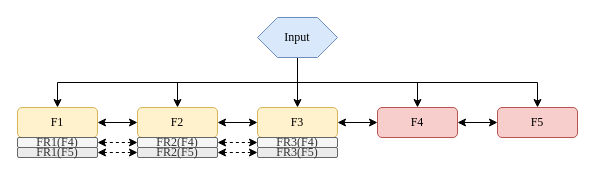
This is dprc.drawio from mulanfly/diagrams, a draw.io file, before an edit. Source tidied: cells renumbered, new cells numbered last; positions are measured from the earlier drawing's top-left corner, leaving out a move shared by most shapes. Both pictures are drawn from the tidied source at 100%, with x=0, y=0 at pixel (17, 17).
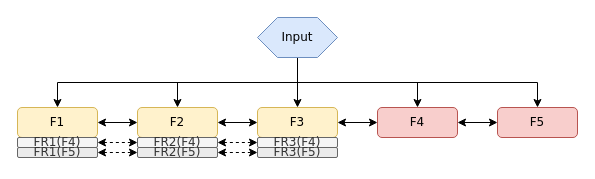
The same diagram, later.

Change to the diagram source:
```diff
@@
-    <mxCell id="2" style="edgeStyle=orthogonalEdgeStyle;rounded=0;jettySize=auto;html=1;exitX=1;exitY=0.5;exitDx=0;exitDy=0;entryX=0;entryY=0.5;entryDx=0;entryDy=0;startArrow=classic;startFill=1;fontFamily=Times New Roman;" parent="1" edge="1" source="3" target="5">
+    <mxCell id="2" style="edgeStyle=orthogonalEdgeStyle;rounded=0;jettySize=auto;html=1;exitX=1;exitY=0.5;exitDx=0;exitDy=0;entryX=0;entryY=0.5;entryDx=0;entryDy=0;startArrow=classic;startFill=1;fontFamily=Verdana;" parent="1" edge="1" source="3" target="5">
       <mxGeometry relative="1" as="geometry" />
     </mxCell>
-    <mxCell id="3" value="F3" style="rounded=1;whiteSpace=wrap;html=1;shadow=0;sketch=0;glass=0;fillColor=#fff2cc;strokeColor=#d6b656;fontFamily=Times New Roman;" parent="1" vertex="1">
+    <mxCell id="3" value="F3" style="rounded=1;whiteSpace=wrap;html=1;shadow=0;sketch=0;glass=0;fillColor=#fff2cc;strokeColor=#d6b656;fontFamily=Verdana;" parent="1" vertex="1">
       <mxGeometry x="240" y="90" width="80" height="30" as="geometry" />
     </mxCell>
-    <mxCell id="4" style="edgeStyle=orthogonalEdgeStyle;rounded=0;jettySize=auto;html=1;exitX=1;exitY=0.5;exitDx=0;exitDy=0;entryX=0;entryY=0.5;entryDx=0;entryDy=0;startArrow=classic;startFill=1;fontFamily=Times New Roman;" parent="1" edge="1" source="5" target="16">
+    <mxCell id="4" style="edgeStyle=orthogonalEdgeStyle;rounded=0;jettySize=auto;html=1;exitX=1;exitY=0.5;exitDx=0;exitDy=0;entryX=0;entryY=0.5;entryDx=0;entryDy=0;startArrow=classic;startFill=1;fontFamily=Verdana;" parent="1" edge="1" source="5" target="16">
       <mxGeometry relative="1" as="geometry" />
     </mxCell>
-    <mxCell id="5" value="F4" style="rounded=1;whiteSpace=wrap;html=1;shadow=0;sketch=0;glass=0;fillColor=#f8cecc;strokeColor=#b85450;fontFamily=Times New Roman;" parent="1" vertex="1">
+    <mxCell id="5" value="F4" style="rounded=1;whiteSpace=wrap;html=1;shadow=0;sketch=0;glass=0;fillColor=#f8cecc;strokeColor=#b85450;fontFamily=Verdana;" parent="1" vertex="1">
       <mxGeometry x="360" y="90" width="80" height="30" as="geometry" />
     </mxCell>
-    <mxCell id="6" style="edgeStyle=orthogonalEdgeStyle;rounded=0;jettySize=auto;html=1;exitX=0.5;exitY=1;exitDx=0;exitDy=0;fontFamily=Times New Roman;" parent="1" edge="1" source="11" target="3">
+    <mxCell id="6" style="edgeStyle=orthogonalEdgeStyle;rounded=0;jettySize=auto;html=1;exitX=0.5;exitY=1;exitDx=0;exitDy=0;fontFamily=Verdana;" parent="1" edge="1" source="11" target="3">
       <mxGeometry relative="1" as="geometry" />
     </mxCell>
-    <mxCell id="7" style="edgeStyle=orthogonalEdgeStyle;rounded=0;jettySize=auto;html=1;exitX=0.5;exitY=1;exitDx=0;exitDy=0;fontFamily=Times New Roman;" parent="1" edge="1" source="11" target="15">
+    <mxCell id="7" style="edgeStyle=orthogonalEdgeStyle;rounded=0;jettySize=auto;html=1;exitX=0.5;exitY=1;exitDx=0;exitDy=0;fontFamily=Verdana;" parent="1" edge="1" source="11" target="15">
       <mxGeometry relative="1" as="geometry" />
     </mxCell>
-    <mxCell id="8" style="edgeStyle=orthogonalEdgeStyle;rounded=0;jettySize=auto;html=1;exitX=0.5;exitY=1;exitDx=0;exitDy=0;fontFamily=Times New Roman;" parent="1" edge="1" source="11" target="13">
+    <mxCell id="8" style="edgeStyle=orthogonalEdgeStyle;rounded=0;jettySize=auto;html=1;exitX=0.5;exitY=1;exitDx=0;exitDy=0;fontFamily=Verdana;" parent="1" edge="1" source="11" target="13">
       <mxGeometry relative="1" as="geometry" />
     </mxCell>
-    <mxCell id="9" style="edgeStyle=orthogonalEdgeStyle;rounded=0;jettySize=auto;html=1;exitX=0.5;exitY=1;exitDx=0;exitDy=0;fontFamily=Times New Roman;" parent="1" edge="1" source="11" target="5">
+    <mxCell id="9" style="edgeStyle=orthogonalEdgeStyle;rounded=0;jettySize=auto;html=1;exitX=0.5;exitY=1;exitDx=0;exitDy=0;fontFamily=Verdana;" parent="1" edge="1" source="11" target="5">
       <mxGeometry relative="1" as="geometry" />
     </mxCell>
-    <mxCell id="10" style="edgeStyle=orthogonalEdgeStyle;rounded=0;jettySize=auto;html=1;exitX=0.5;exitY=1;exitDx=0;exitDy=0;entryX=0.5;entryY=0;entryDx=0;entryDy=0;fontFamily=Times New Roman;" parent="1" edge="1" source="11" target="16">
+    <mxCell id="10" style="edgeStyle=orthogonalEdgeStyle;rounded=0;jettySize=auto;html=1;exitX=0.5;exitY=1;exitDx=0;exitDy=0;entryX=0.5;entryY=0;entryDx=0;entryDy=0;fontFamily=Verdana;" parent="1" edge="1" source="11" target="16">
       <mxGeometry relative="1" as="geometry" />
     </mxCell>
-    <mxCell id="11" value="Input" style="shape=hexagon;perimeter=hexagonPerimeter2;whiteSpace=wrap;html=1;fixedSize=1;fillColor=#dae8fc;strokeColor=#6c8ebf;fontFamily=Times New Roman;" parent="1" vertex="1">
+    <mxCell id="11" value="Input" style="shape=hexagon;perimeter=hexagonPerimeter2;whiteSpace=wrap;html=1;fixedSize=1;fillColor=#dae8fc;strokeColor=#6c8ebf;fontFamily=Verdana;" parent="1" vertex="1">
       <mxGeometry x="240" width="80" height="40" as="geometry" />
     </mxCell>
-    <mxCell id="12" style="edgeStyle=orthogonalEdgeStyle;rounded=0;jettySize=auto;html=1;exitX=1;exitY=0.5;exitDx=0;exitDy=0;startArrow=classic;startFill=1;fontFamily=Times New Roman;" parent="1" edge="1" source="13" target="15">
+    <mxCell id="12" style="edgeStyle=orthogonalEdgeStyle;rounded=0;jettySize=auto;html=1;exitX=1;exitY=0.5;exitDx=0;exitDy=0;startArrow=classic;startFill=1;fontFamily=Verdana;" parent="1" edge="1" source="13" target="15">
       <mxGeometry relative="1" as="geometry" />
     </mxCell>
-    <mxCell id="13" value="F1" style="rounded=1;whiteSpace=wrap;html=1;shadow=0;sketch=0;glass=0;fillColor=#fff2cc;strokeColor=#d6b656;fontFamily=Times New Roman;" parent="1" vertex="1">
+    <mxCell id="13" value="F1" style="rounded=1;whiteSpace=wrap;html=1;shadow=0;sketch=0;glass=0;fillColor=#fff2cc;strokeColor=#d6b656;fontFamily=Verdana;" parent="1" vertex="1">
       <mxGeometry y="90" width="80" height="30" as="geometry" />
     </mxCell>
-    <mxCell id="14" style="edgeStyle=orthogonalEdgeStyle;rounded=0;jettySize=auto;html=1;exitX=1;exitY=0.5;exitDx=0;exitDy=0;entryX=0;entryY=0.5;entryDx=0;entryDy=0;startArrow=classic;startFill=1;fontFamily=Times New Roman;" parent="1" edge="1" source="15" target="3">
+    <mxCell id="14" style="edgeStyle=orthogonalEdgeStyle;rounded=0;jettySize=auto;html=1;exitX=1;exitY=0.5;exitDx=0;exitDy=0;entryX=0;entryY=0.5;entryDx=0;entryDy=0;startArrow=classic;startFill=1;fontFamily=Verdana;" parent="1" edge="1" source="15" target="3">
       <mxGeometry relative="1" as="geometry" />
     </mxCell>
-    <mxCell id="15" value="F2" style="rounded=1;whiteSpace=wrap;html=1;shadow=0;sketch=0;glass=0;fillColor=#fff2cc;strokeColor=#d6b656;fontFamily=Times New Roman;" parent="1" vertex="1">
+    <mxCell id="15" value="F2" style="rounded=1;whiteSpace=wrap;html=1;shadow=0;sketch=0;glass=0;fillColor=#fff2cc;strokeColor=#d6b656;fontFamily=Verdana;" parent="1" vertex="1">
       <mxGeometry x="120" y="90" width="80" height="30" as="geometry" />
     </mxCell>
-    <mxCell id="16" value="F5" style="rounded=1;whiteSpace=wrap;html=1;shadow=0;sketch=0;glass=0;fillColor=#f8cecc;strokeColor=#b85450;fontFamily=Times New Roman;" parent="1" vertex="1">
+    <mxCell id="16" value="F5" style="rounded=1;whiteSpace=wrap;html=1;shadow=0;sketch=0;glass=0;fillColor=#f8cecc;strokeColor=#b85450;fontFamily=Verdana;" parent="1" vertex="1">
       <mxGeometry x="480" y="90" width="80" height="30" as="geometry" />
     </mxCell>
-    <mxCell id="17" style="edgeStyle=orthogonalEdgeStyle;rounded=0;jettySize=auto;html=1;exitX=1;exitY=0.5;exitDx=0;exitDy=0;entryX=0;entryY=0.5;entryDx=0;entryDy=0;startArrow=classic;startFill=1;dashed=1;fontFamily=Times New Roman;" parent="1" edge="1" source="18" target="22">
+    <mxCell id="17" style="edgeStyle=orthogonalEdgeStyle;rounded=0;jettySize=auto;html=1;exitX=1;exitY=0.5;exitDx=0;exitDy=0;entryX=0;entryY=0.5;entryDx=0;entryDy=0;startArrow=classic;startFill=1;dashed=1;fontFamily=Verdana;" parent="1" edge="1" source="18" target="22">
       <mxGeometry relative="1" as="geometry" />
     </mxCell>
-    <mxCell id="18" value="FR1(F4)" style="rounded=1;whiteSpace=wrap;html=1;shadow=0;sketch=0;glass=0;fillColor=#f5f5f5;strokeColor=#666666;fontColor=#333333;fontFamily=Times New Roman;" parent="1" vertex="1">
+    <mxCell id="18" value="FR1(F4)" style="rounded=1;whiteSpace=wrap;html=1;shadow=0;sketch=0;glass=0;fillColor=#f5f5f5;strokeColor=#666666;fontColor=#333333;fontFamily=Verdana;" parent="1" vertex="1">
       <mxGeometry y="120" width="80" height="10" as="geometry" />
     </mxCell>
-    <mxCell id="19" style="edgeStyle=orthogonalEdgeStyle;rounded=0;jettySize=auto;html=1;exitX=1;exitY=0.5;exitDx=0;exitDy=0;entryX=0;entryY=0.5;entryDx=0;entryDy=0;startArrow=classic;startFill=1;dashed=1;fontFamily=Times New Roman;" parent="1" edge="1" source="20" target="24">
+    <mxCell id="19" style="edgeStyle=orthogonalEdgeStyle;rounded=0;jettySize=auto;html=1;exitX=1;exitY=0.5;exitDx=0;exitDy=0;entryX=0;entryY=0.5;entryDx=0;entryDy=0;startArrow=classic;startFill=1;dashed=1;fontFamily=Verdana;" parent="1" edge="1" source="20" target="24">
       <mxGeometry relative="1" as="geometry" />
     </mxCell>
-    <mxCell id="20" value="FR1(F5)" style="rounded=1;whiteSpace=wrap;html=1;shadow=0;sketch=0;glass=0;fillColor=#EBEBEB;strokeColor=#666666;fontColor=#333333;fontFamily=Times New Roman;" parent="1" vertex="1">
+    <mxCell id="20" value="FR1(F5)" style="rounded=1;whiteSpace=wrap;html=1;shadow=0;sketch=0;glass=0;fillColor=#EBEBEB;strokeColor=#666666;fontColor=#333333;fontFamily=Verdana;" parent="1" vertex="1">
       <mxGeometry y="130" width="80" height="10" as="geometry" />
     </mxCell>
-    <mxCell id="21" style="edgeStyle=orthogonalEdgeStyle;rounded=0;jettySize=auto;html=1;exitX=1;exitY=0.5;exitDx=0;exitDy=0;startArrow=classic;startFill=1;dashed=1;fontFamily=Times New Roman;" parent="1" edge="1" source="22" target="25">
+    <mxCell id="21" style="edgeStyle=orthogonalEdgeStyle;rounded=0;jettySize=auto;html=1;exitX=1;exitY=0.5;exitDx=0;exitDy=0;startArrow=classic;startFill=1;dashed=1;fontFamily=Verdana;" parent="1" edge="1" source="22" target="25">
       <mxGeometry relative="1" as="geometry" />
     </mxCell>
-    <mxCell id="22" value="FR2(F4)" style="rounded=1;whiteSpace=wrap;html=1;shadow=0;sketch=0;glass=0;fillColor=#f5f5f5;strokeColor=#666666;fontColor=#333333;fontFamily=Times New Roman;" parent="1" vertex="1">
+    <mxCell id="22" value="FR2(F4)" style="rounded=1;whiteSpace=wrap;html=1;shadow=0;sketch=0;glass=0;fillColor=#f5f5f5;strokeColor=#666666;fontColor=#333333;fontFamily=Verdana;" parent="1" vertex="1">
       <mxGeometry x="120" y="120" width="80" height="10" as="geometry" />
     </mxCell>
-    <mxCell id="23" style="edgeStyle=orthogonalEdgeStyle;rounded=0;jettySize=auto;html=1;exitX=1;exitY=0.5;exitDx=0;exitDy=0;entryX=0;entryY=0.5;entryDx=0;entryDy=0;startArrow=classic;startFill=1;dashed=1;fontFamily=Times New Roman;" parent="1" edge="1" source="24" target="26">
+    <mxCell id="23" style="edgeStyle=orthogonalEdgeStyle;rounded=0;jettySize=auto;html=1;exitX=1;exitY=0.5;exitDx=0;exitDy=0;entryX=0;entryY=0.5;entryDx=0;entryDy=0;startArrow=classic;startFill=1;dashed=1;fontFamily=Verdana;" parent="1" edge="1" source="24" target="26">
       <mxGeometry relative="1" as="geometry" />
     </mxCell>
-    <mxCell id="24" value="FR2(F5)" style="rounded=1;whiteSpace=wrap;html=1;shadow=0;sketch=0;glass=0;fillColor=#EBEBEB;strokeColor=#666666;fontColor=#333333;fontFamily=Times New Roman;" parent="1" vertex="1">
+    <mxCell id="24" value="FR2(F5)" style="rounded=1;whiteSpace=wrap;html=1;shadow=0;sketch=0;glass=0;fillColor=#EBEBEB;strokeColor=#666666;fontColor=#333333;fontFamily=Verdana;" parent="1" vertex="1">
       <mxGeometry x="120" y="130" width="80" height="10" as="geometry" />
     </mxCell>
-    <mxCell id="25" value="FR3(F4)" style="rounded=1;whiteSpace=wrap;html=1;shadow=0;sketch=0;glass=0;fillColor=#f5f5f5;strokeColor=#666666;fontColor=#333333;fontFamily=Times New Roman;" parent="1" vertex="1">
+    <mxCell id="25" value="FR3(F4)" style="rounded=1;whiteSpace=wrap;html=1;shadow=0;sketch=0;glass=0;fillColor=#f5f5f5;strokeColor=#666666;fontColor=#333333;fontFamily=Verdana;" parent="1" vertex="1">
       <mxGeometry x="240" y="120" width="80" height="10" as="geometry" />
     </mxCell>
-    <mxCell id="26" value="FR3(F5)" style="rounded=1;whiteSpace=wrap;html=1;shadow=0;sketch=0;glass=0;fillColor=#EBEBEB;strokeColor=#666666;fontColor=#333333;fontFamily=Times New Roman;" parent="1" vertex="1">
+    <mxCell id="26" value="FR3(F5)" style="rounded=1;whiteSpace=wrap;html=1;shadow=0;sketch=0;glass=0;fillColor=#EBEBEB;strokeColor=#666666;fontColor=#333333;fontFamily=Verdana;" parent="1" vertex="1">
       <mxGeometry x="240" y="130" width="80" height="10" as="geometry" />
     </mxCell>
```
